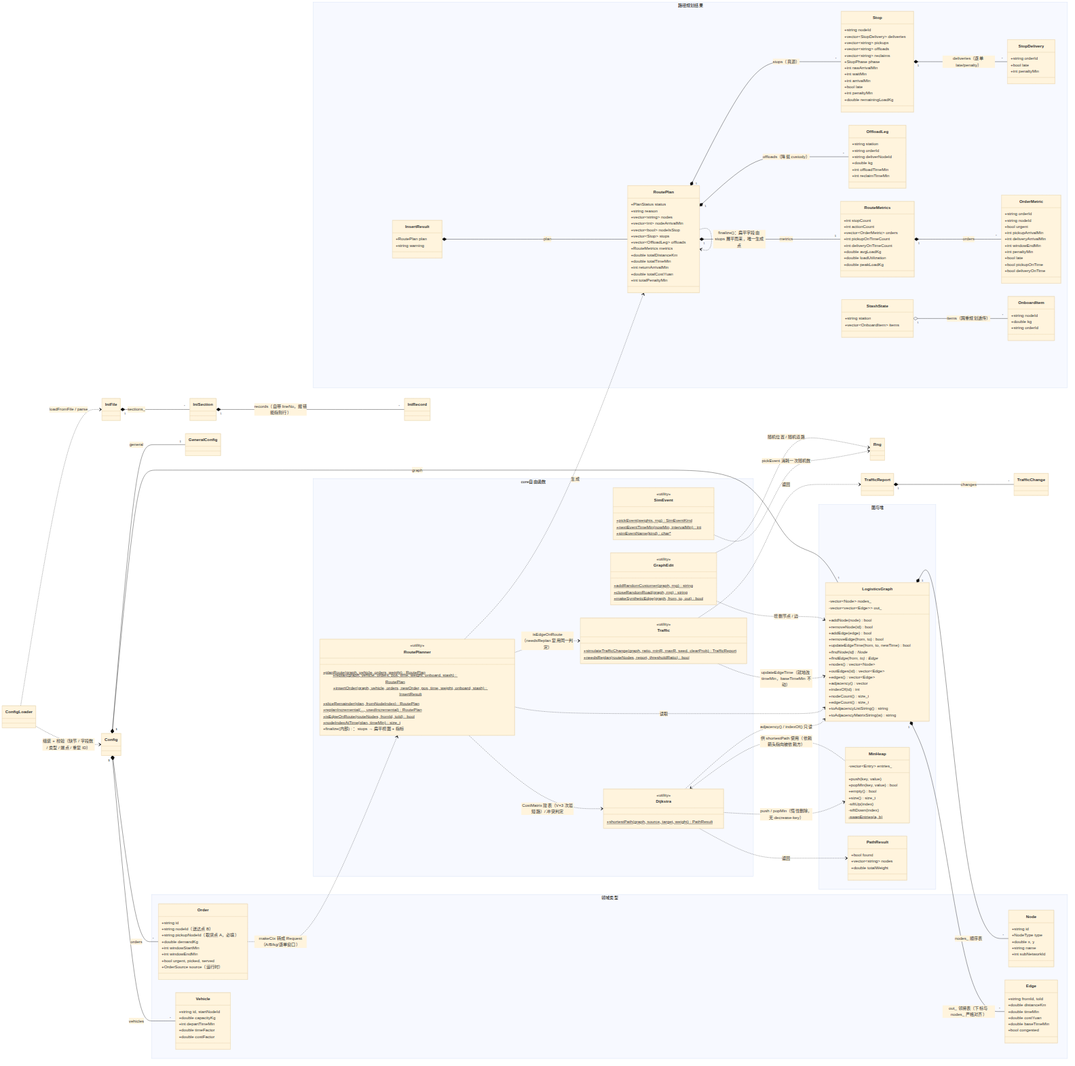
This is docs/figures/U1-core-classes.png from Blorg51688/logistics-route-planner, a Mermaid export, as it was before one commit. Its source is kept beside it as docs/figures/src/U1-core-classes.mmd.
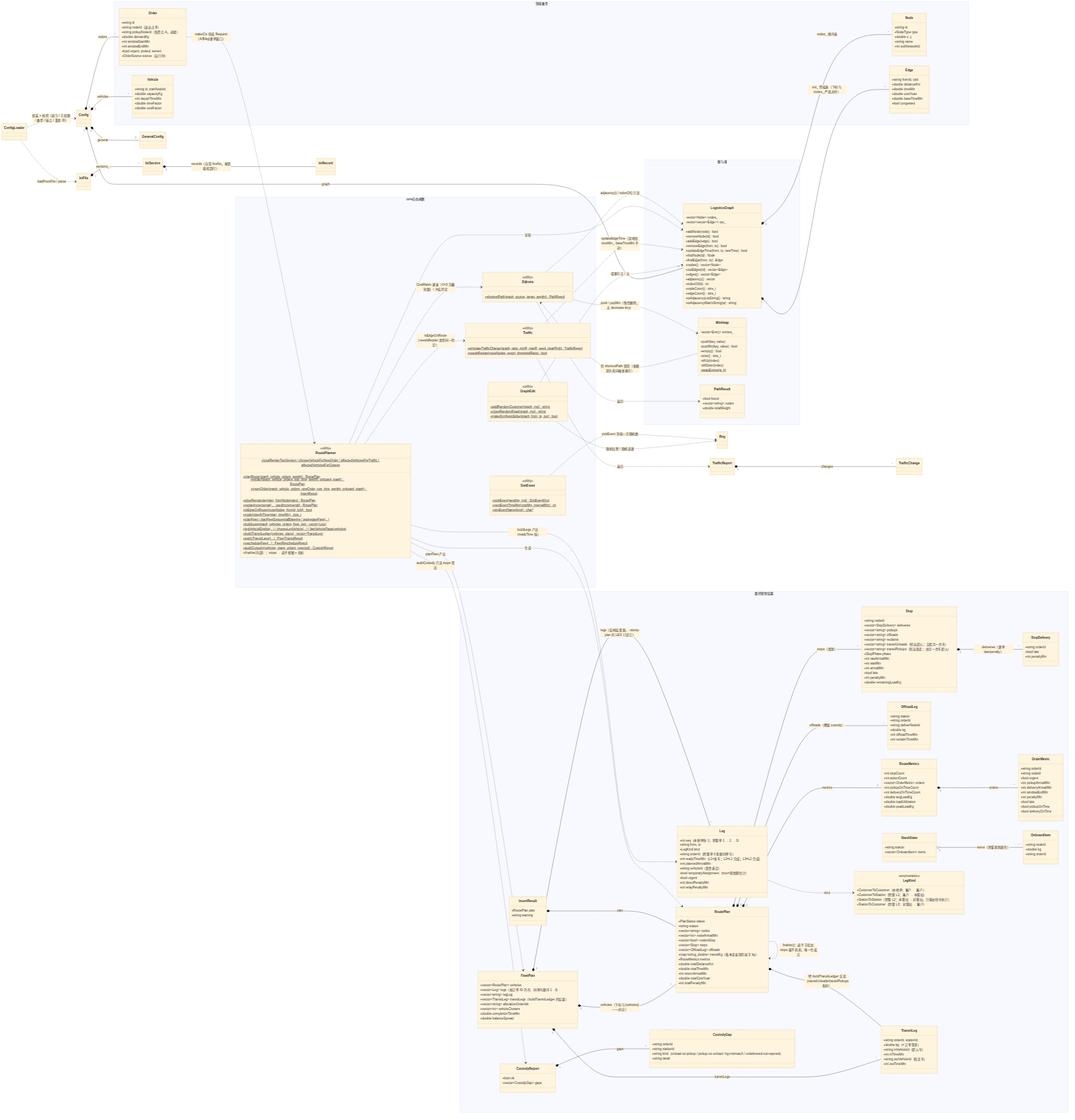
Later version of the same file.

The edit, as a diff of the source:
```diff
@@ -87,6 +87,8 @@
             +vector~string~ pickups
             +vector~string~ offloads
             +vector~string~ reclaims
+            +vector~string~ transitUnloads（转运卸入：交给另一台车）
+            +vector~string~ transitPickups（转运取走：由另一台车卸入）
             +StopPhase phase
             +int rawArrivalMin
             +int waitMin
@@ -137,6 +139,7 @@
             +vector~bool~ nodeIsStop
             +vector~Stop~ stops
             +vector~OffloadLeg~ offloads
+            +map~string_double~ transitKg（账本渲染用的易手 kg）
             +RouteMetrics metrics
             +double totalDistanceKm
             +double totalTimeMin
@@ -153,6 +156,54 @@
             +RoutePlan plan
             +string warning
         }
+        class LegKind {
+            <<enumeration>>
+            +CustomerToCustomer（本地单：客户 → 客户）
+            +CustomerToStation（跨簇 L1：客户 → 本簇站）
+            +StationToStation（跨簇 L2：本簇站 → 对簇站，只能由快车执行）
+            +StationToCustomer（跨簇 L3：对簇站 → 客户）
+        }
+        class Leg {
+            +int seq（本地单恒 1；跨簇单 1 → 2 → 3）
+            +string from, to
+            +LegKind kind
+            +string orderId（跨簇单 3 条腿同单号）
+            +int readyTimeMin（L1=发车；L2=L1 完成；L3=L2 完成）
+            +int plannedArrivalMin
+            +string vehicleId（职责表定）
+            +bool temporaryAssignment（true=规划期估计）
+            +bool urgent
+            +int directPenaltyMin
+            +int relayPenaltyMin
+        }
+        class TransitLeg {
+            +string orderId, stationId
+            +double kg（= 订单需求）
+            +string inVehicleId（卸入车）
+            +int inTimeMin
+            +string outVehicleId（取走车）
+            +int outTimeMin
+        }
+        class CustodyGap {
+            +string orderId
+            +string stationId
+            +string kind（unload-no-pickup / pickup-no-unload / kg-mismatch / undelivered-not-rejected）
+            +string detail
+        }
+        class CustodyReport {
+            +bool ok
+            +vector~CustodyGap~ gaps
+        }
+        class FleetPlan {
+            +vector~RoutePlan~ vehicles
+            +vector~Leg~ legs（按订单 ID 升序、同单内腿序 1→3）
+            +vector~string~ legLog
+            +vector~TransitLeg~ transitLegs（buildTransitLedger 的结果）
+            +vector~string~ allocationOrderIds
+            +vector~int~ vehicleClusters
+            +double completionTimeMin
+            +double balanceSpread
+        }
     }
     namespace core 自由函数 {
         class Dijkstra {
@@ -168,6 +219,14 @@
             +replanIncremental(..., usedIncremental) RoutePlan$
             +isEdgeOnRoute(routeNodes, fromId, toId) bool$
             +nodeIndexAtTime(plan, timeMin) size_t$
+            +planFleet / planFleetSequentialBaseline / aggregateFleet(...)$
+            +buildLegs(graph, vehicles, orders, fleet, log) vector~Leg~$
+            +legVehicleEligible(...) / chooseLegVehicle(...) / fastVehicleFlags(vehicles)$
+            +buildTransitLedger(vehicles, plans) vector~TransitLeg~$
+            +applyTransitLayer(...) FleetTransitResult$
+            +rescheduleFleet(...) FleetRescheduleResult$
+            +auditCustody(vehicles, plans, orders, rejected) CustodyReport$
+            +localReplanTwoVersion / chooseVehicleForNewOrder / affectedVehiclesForTraffic / affectedVehiclesForClosure$
             +finalize(内部)：stops → 扁平视图 + 指标
         }
         class Traffic {
@@ -221,4 +280,13 @@
     StashState "1" o-- "*" OnboardItem : items（跨重规划透传）
     RoutePlan ..> RoutePlan : finalize()：扁平字段由 stops 展平而来，唯一生成点
     InsertResult *-- RoutePlan : plan
+    RoutePlan *-- TransitLeg : 经 buildTransitLedger 反查（transitUnloads/transitPickups 配对）
+    FleetPlan "1" *-- "*" RoutePlan : vehicles（下标与 [vehicles] 一一对应）
+    FleetPlan "1" *-- "*" Leg : legs（结构层真源，--dump-plan 的 LEG 行读它）
+    Leg ..> LegKind : kind
+    FleetPlan "1" *-- "*" TransitLeg : transitLegs
+    CustodyReport "1" *-- "*" CustodyGap : gaps
+    RoutePlanner ..> Leg : buildLegs 产出（readyTime 链）
+    RoutePlanner ..> CustodyReport : auditCustody 只读 stops 得出
+    RoutePlanner ..> FleetPlan : planFleet 产出
     Order ..> RoutePlanner : makeCtx 转成 Request（A/B/kg/逐单窗口）
```
